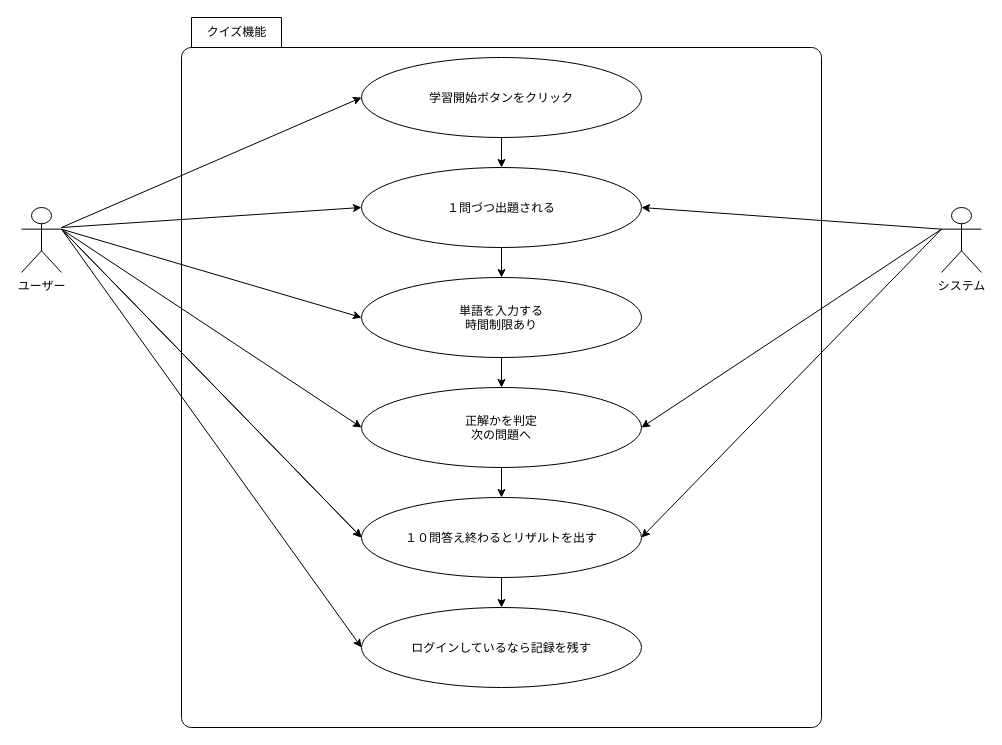
This is doc/usecase.dio from wisdom-plus/Ewords, a draw.io file, before an edit. Source tidied: cells renumbered, new cells numbered last; positions are measured from the earlier drawing's top-left corner, leaving out a move shared by most shapes. Both pictures are drawn from the tidied source at 100%, with x=0, y=0 at pixel (21, 17).
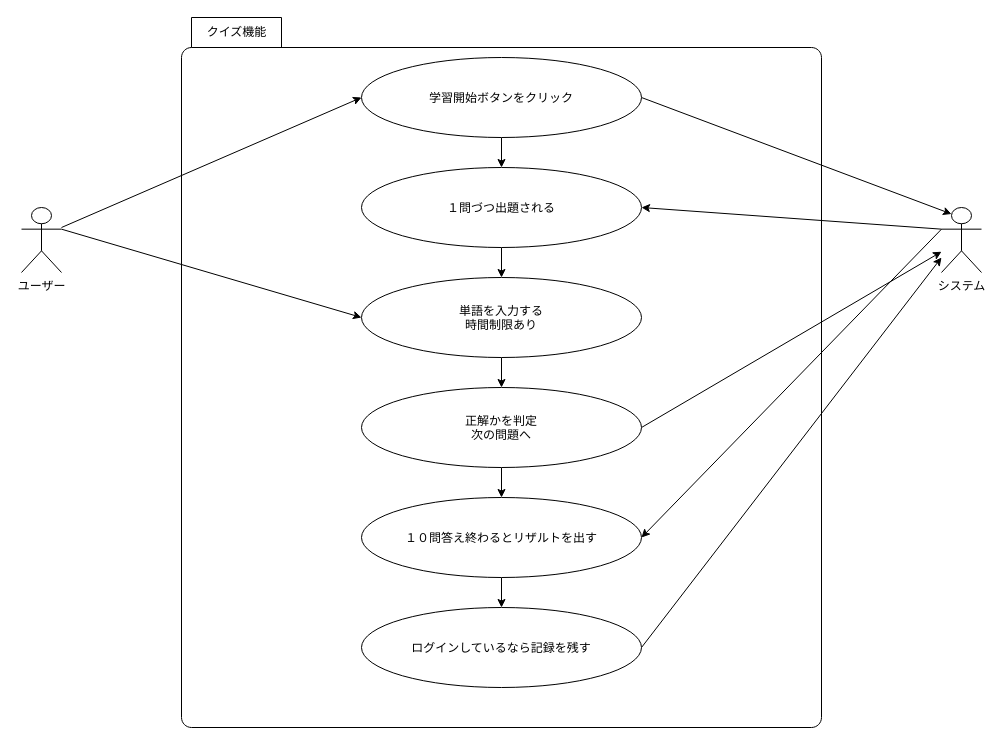
The same diagram, later.

Unchanged cells that the change refers to:
```xml
<mxCell id="9" value="ユーザー" style="shape=umlActor;verticalLabelPosition=bottom;verticalAlign=top;html=1;" parent="1" vertex="1">
  <mxGeometry y="190" width="40" height="65" as="geometry" />
</mxCell>
<mxCell id="11" value="学習開始ボタンをクリック" style="ellipse;" parent="1" vertex="1">
  <mxGeometry x="340" y="40" width="280" height="80" as="geometry" />
</mxCell>
<mxCell id="15" value="システム&lt;br&gt;" style="shape=umlActor;verticalLabelPosition=bottom;verticalAlign=top;html=1;" parent="1" vertex="1">
  <mxGeometry x="920" y="190" width="40" height="65" as="geometry" />
</mxCell>
<mxCell id="18" value="１問づつ出題される" style="ellipse;" parent="1" vertex="1">
  <mxGeometry x="340" y="150" width="280" height="80" as="geometry" />
</mxCell>
<mxCell id="22" value="正解かを判定&#10;次の問題へ" style="ellipse;" parent="1" vertex="1">
  <mxGeometry x="340" y="370" width="280" height="80" as="geometry" />
</mxCell>
<mxCell id="24" value="１０問答え終わるとリザルトを出す" style="ellipse;" parent="1" vertex="1">
  <mxGeometry x="340" y="480" width="280" height="80" as="geometry" />
</mxCell>
<mxCell id="25" value="ログインしているなら記録を残す" style="ellipse;" parent="1" vertex="1">
  <mxGeometry x="340" y="590" width="280" height="80" as="geometry" />
</mxCell>
```

What changed in the source:
```diff
@@
-    <mxCell id="3" style="edgeStyle=none;html=1;entryX=0;entryY=0.5;entryDx=0;entryDy=0;" parent="1" edge="1" target="18">
-      <mxGeometry relative="1" as="geometry">
-        <mxPoint x="40" y="210" as="sourcePoint" />
-      </mxGeometry>
-    </mxCell>
@@
-    <mxCell id="5" style="edgeStyle=none;html=1;exitX=1;exitY=0.3333333333333333;exitDx=0;exitDy=0;exitPerimeter=0;entryX=0;entryY=0.5;entryDx=0;entryDy=0;" parent="1" edge="1" source="9" target="22">
-      <mxGeometry relative="1" as="geometry" />
-    </mxCell>
-    <mxCell id="6" style="edgeStyle=none;html=1;exitX=1;exitY=0.3333333333333333;exitDx=0;exitDy=0;exitPerimeter=0;entryX=0;entryY=0.5;entryDx=0;entryDy=0;" parent="1" edge="1" source="9">
-      <mxGeometry relative="1" as="geometry">
-        <mxPoint x="340" y="520" as="targetPoint" />
-      </mxGeometry>
-    </mxCell>
-    <mxCell id="7" style="edgeStyle=none;html=1;exitX=1;exitY=0.3333333333333333;exitDx=0;exitDy=0;exitPerimeter=0;entryX=0;entryY=0.5;entryDx=0;entryDy=0;" parent="1" edge="1" source="9" target="24">
-      <mxGeometry relative="1" as="geometry" />
-    </mxCell>
-    <mxCell id="8" style="edgeStyle=none;html=1;exitX=1;exitY=0.3333333333333333;exitDx=0;exitDy=0;exitPerimeter=0;entryX=0;entryY=0.5;entryDx=0;entryDy=0;" parent="1" edge="1" source="9" target="25">
-      <mxGeometry relative="1" as="geometry" />
-    </mxCell>
@@
+    <mxCell id="26" style="edgeStyle=none;html=1;exitX=1;exitY=0.5;exitDx=0;exitDy=0;entryX=0.25;entryY=0.1;entryDx=0;entryDy=0;entryPerimeter=0;" parent="1" edge="1" source="11" target="15">
+      <mxGeometry relative="1" as="geometry" />
+    </mxCell>
@@
-    <mxCell id="13" style="edgeStyle=none;html=1;exitX=0;exitY=0.3333333333333333;exitDx=0;exitDy=0;exitPerimeter=0;entryX=1;entryY=0.5;entryDx=0;entryDy=0;" parent="1" edge="1" source="15" target="22">
-      <mxGeometry relative="1" as="geometry" />
-    </mxCell>
@@
+    <mxCell id="27" style="edgeStyle=none;html=1;exitX=1;exitY=0.5;exitDx=0;exitDy=0;" parent="1" edge="1" source="22" target="15">
+      <mxGeometry relative="1" as="geometry" />
+    </mxCell>
@@
+    <mxCell id="28" style="edgeStyle=none;html=1;exitX=1;exitY=0.5;exitDx=0;exitDy=0;" parent="1" edge="1" source="25">
+      <mxGeometry relative="1" as="geometry">
+        <mxPoint x="920" y="240" as="targetPoint" />
+      </mxGeometry>
+    </mxCell>
```
